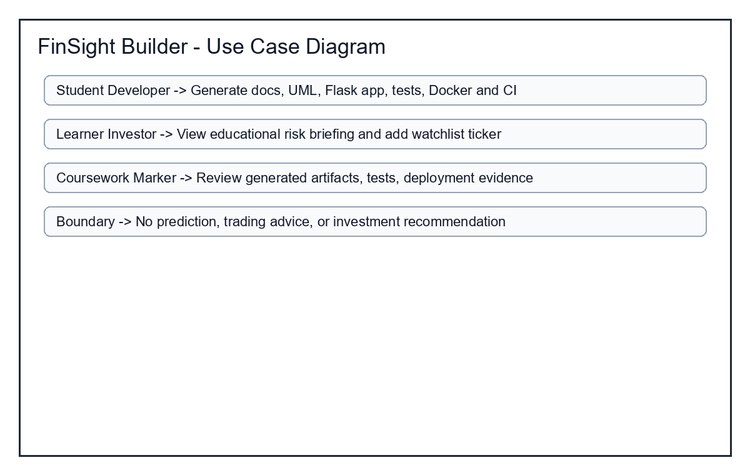
AI-XJTLU/FinSight-Builder keeps this PlantUML diagram as Task1/artifacts/diagrams/use_case_diagram.png. Above is the earlier version. Its source is kept beside it as Task1/artifacts/diagrams/use_case_diagram.puml.
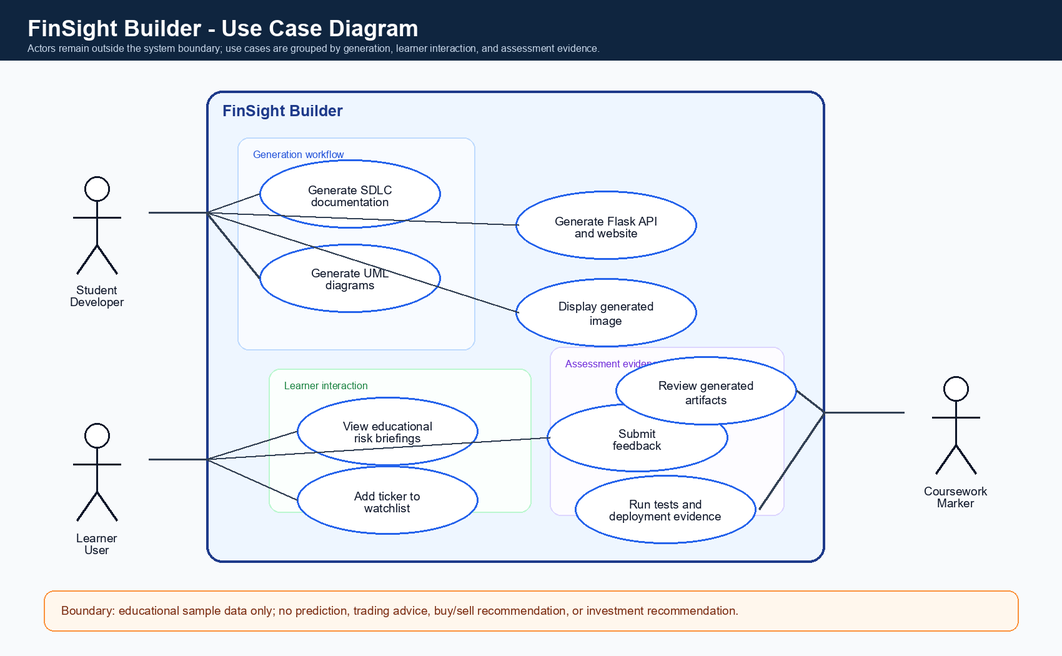
Above is the later version.

Diff of the diagram source:
```diff
@@ -1,26 +1,45 @@
 @startuml
 left to right direction
+skinparam linetype ortho
+skinparam packageStyle rectangle
+skinparam actorStyle awesome
 title FinSight Builder Use Case Diagram
 actor "Student Developer" as Developer
-actor "Learner Investor" as Learner
+actor "Learner User" as Learner
 actor "Coursework Marker" as Marker
 rectangle "FinSight Builder" {
-  usecase "Generate SDLC docs" as UC1
-  usecase "Generate UML diagrams" as UC2
-  usecase "Generate Flask API and website" as UC3
-  usecase "View stock risk briefing" as UC4
-  usecase "Add ticker to watchlist" as UC5
-  usecase "Submit feedback" as UC6
-  usecase "Run tests and Docker deployment" as UC7
-  usecase "Review submission evidence" as UC8
+  package "Generation workflow" {
+    usecase "Generate SDLC
+documentation" as UC1
+    usecase "Generate UML
+diagrams" as UC2
+    usecase "Generate Flask API
+and website" as UC3
+    usecase "Display generated
+image" as UC4
+  }
+  package "Learner interaction" {
+    usecase "View educational
+risk briefings" as UC5
+    usecase "Add ticker to
+watchlist" as UC6
+    usecase "Submit
+feedback" as UC7
+  }
+  package "Assessment evidence" {
+    usecase "Run tests and
+deployment evidence" as UC8
+    usecase "Review generated
+artifacts" as UC9
+  }
 }
 Developer --> UC1
 Developer --> UC2
 Developer --> UC3
-Developer --> UC7
-Learner --> UC4
+Developer --> UC4
 Learner --> UC5
 Learner --> UC6
+Learner --> UC7
 Marker --> UC8
-Marker --> UC7
+Marker --> UC9
 @enduml
```
